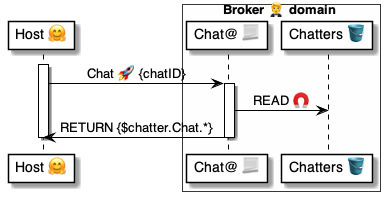
Before: 4 ⚙️ Solution/20 🧑‍🦰 UI/Brokers 🤵/🤵🅰️ Broker methods/Chats 💬 Chat 🤗🚀🤵/🤵 Chat ⚙️ uml.png, a diagram exported from PlantUML (pollyweb-org/pollyweb-docs). Its source is kept beside it as 4 ⚙️ Solution/20 🧑‍🦰 UI/Brokers 🤵/🤵🅰️ Broker methods/Chats 💬 Chat 🤗🚀🤵/🤵 Chat ⚙️ uml.puml.
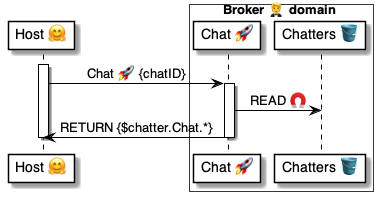
The same diagram one commit later.

The edit, as a diff of the source:
```diff
@@ -4,7 +4,7 @@
 participant "Host 🤗" as host
 
 box Broker 🤵 domain #FFFFFA
-    participant "Chat@ 📃" as broker
+    participant "Chat 🚀" as broker
     participant "Chatters 🪣" as chatters
 end box
 
```
